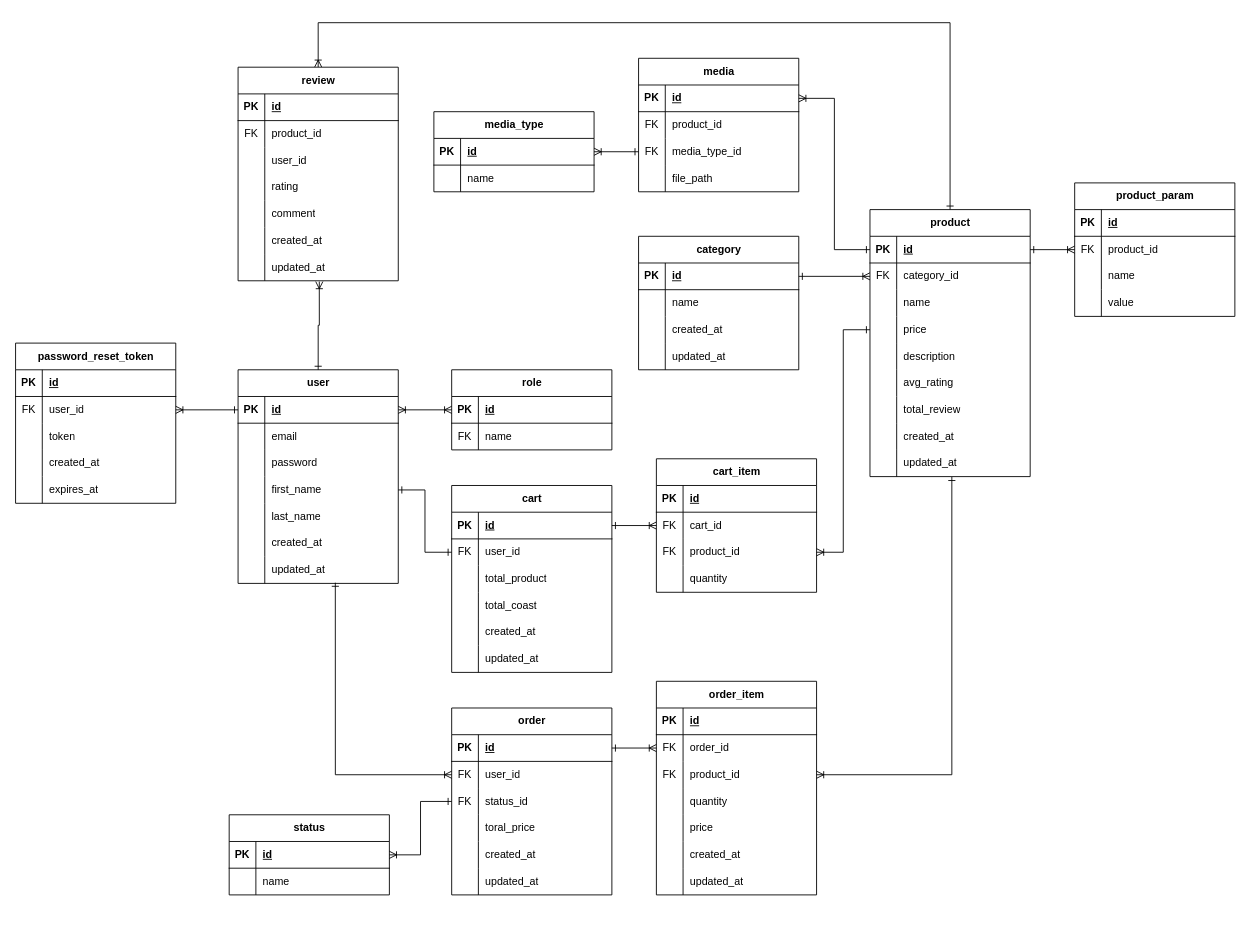
Earlier version of the draw.io diagram docs/db/uml_DB.drawio (Deonniss/GusliStore). Source tidied: cells renumbered, new cells numbered last; positions are measured from the earlier drawing's top-left corner, leaving out a move shared by most shapes. Both pictures are drawn from the tidied source at 89%, with x=0, y=0 at pixel (15, 22).
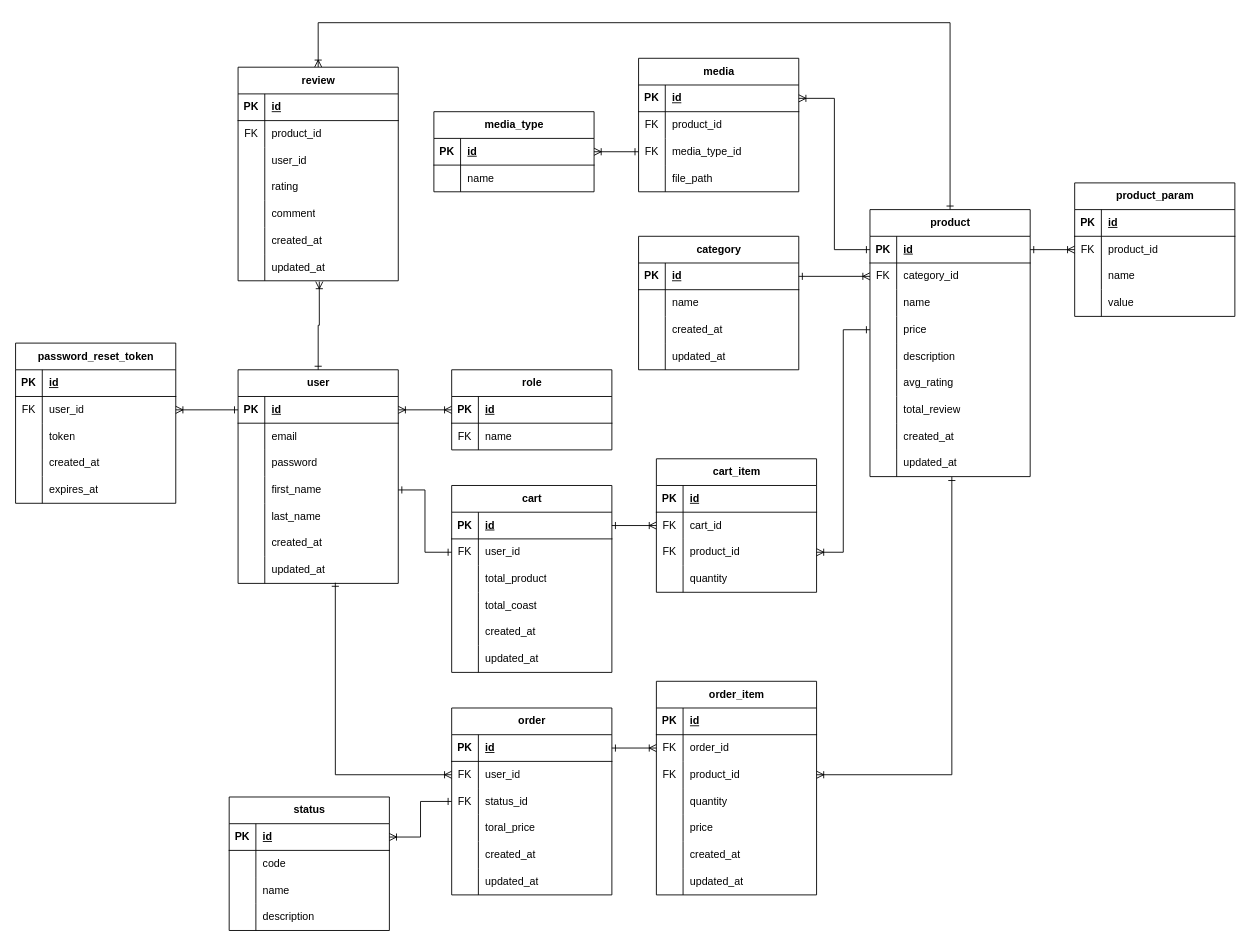
The same page after the edit.

Unchanged cells that the change refers to:
```xml
<mxCell id="210" style="shape=tableRow;horizontal=0;startSize=0;swimlaneHead=0;swimlaneBody=0;fillColor=none;top=0;left=0;right=0;bottom=0;" parent="206" vertex="1">
  <mxGeometry y="60" width="180" height="30" as="geometry" />
</mxCell>
```

Diff of the diagram source:
```diff
@@
     <mxCell id="206" value="status" style="shape=table;startSize=30;childLayout=tableLayout;rowLines=0;fontStyle=1;align=center;html=1;" parent="1" vertex="1">
-      <mxGeometry x="240" y="890" width="180" height="90" as="geometry" />
+      <mxGeometry x="240" y="870" width="180" height="150" as="geometry" />
     </mxCell>
@@
-    <mxCell id="212" value="name" style="shape=partialRectangle;fillColor=none;top=0;left=0;bottom=0;right=0;align=left;spacingLeft=6;overflow=hidden;whiteSpace=wrap;html=1;" parent="210" vertex="1">
+    <mxCell id="212" value="code" style="shape=partialRectangle;fillColor=none;top=0;left=0;bottom=0;right=0;align=left;spacingLeft=6;overflow=hidden;whiteSpace=wrap;html=1;" parent="210" vertex="1">
       <mxGeometry x="30" width="150" height="30" as="geometry" />
     </mxCell>
+    <mxCell id="238" style="shape=tableRow;horizontal=0;startSize=0;swimlaneHead=0;swimlaneBody=0;fillColor=none;top=0;left=0;right=0;bottom=0;" parent="206" vertex="1">
+      <mxGeometry y="90" width="180" height="30" as="geometry" />
+    </mxCell>
+    <mxCell id="239" style="shape=partialRectangle;fillColor=none;top=0;left=0;bottom=0;right=0;overflow=hidden;whiteSpace=wrap;html=1;" parent="238" vertex="1">
+      <mxGeometry width="30" height="30" as="geometry" />
+    </mxCell>
+    <mxCell id="240" value="name" style="shape=partialRectangle;fillColor=none;top=0;left=0;bottom=0;right=0;align=left;spacingLeft=6;overflow=hidden;whiteSpace=wrap;html=1;" parent="238" vertex="1">
+      <mxGeometry x="30" width="150" height="30" as="geometry" />
+    </mxCell>
+    <mxCell id="241" style="shape=tableRow;horizontal=0;startSize=0;swimlaneHead=0;swimlaneBody=0;fillColor=none;top=0;left=0;right=0;bottom=0;" parent="206" vertex="1">
+      <mxGeometry y="120" width="180" height="30" as="geometry" />
+    </mxCell>
+    <mxCell id="242" style="shape=partialRectangle;fillColor=none;top=0;left=0;bottom=0;right=0;overflow=hidden;whiteSpace=wrap;html=1;" parent="241" vertex="1">
+      <mxGeometry width="30" height="30" as="geometry" />
+    </mxCell>
+    <mxCell id="243" value="description" style="shape=partialRectangle;fillColor=none;top=0;left=0;bottom=0;right=0;align=left;spacingLeft=6;overflow=hidden;whiteSpace=wrap;html=1;" parent="241" vertex="1">
+      <mxGeometry x="30" width="150" height="30" as="geometry" />
+    </mxCell>
```
